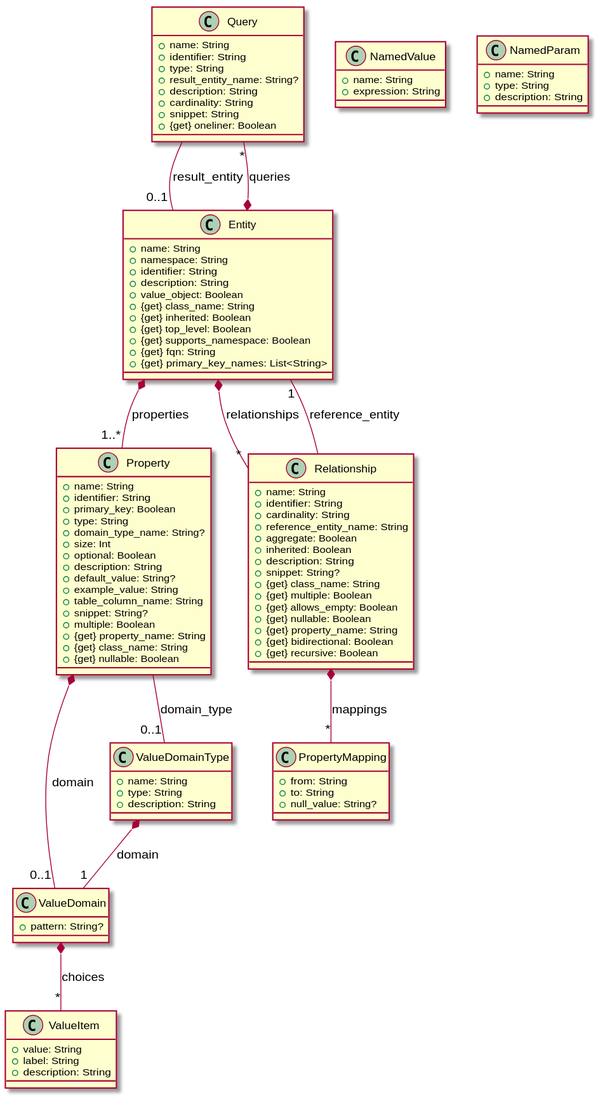
This is doc/image/model-diagram.svg from laplacian-core/metamodel, a PlantUML export, as it was before one commit.
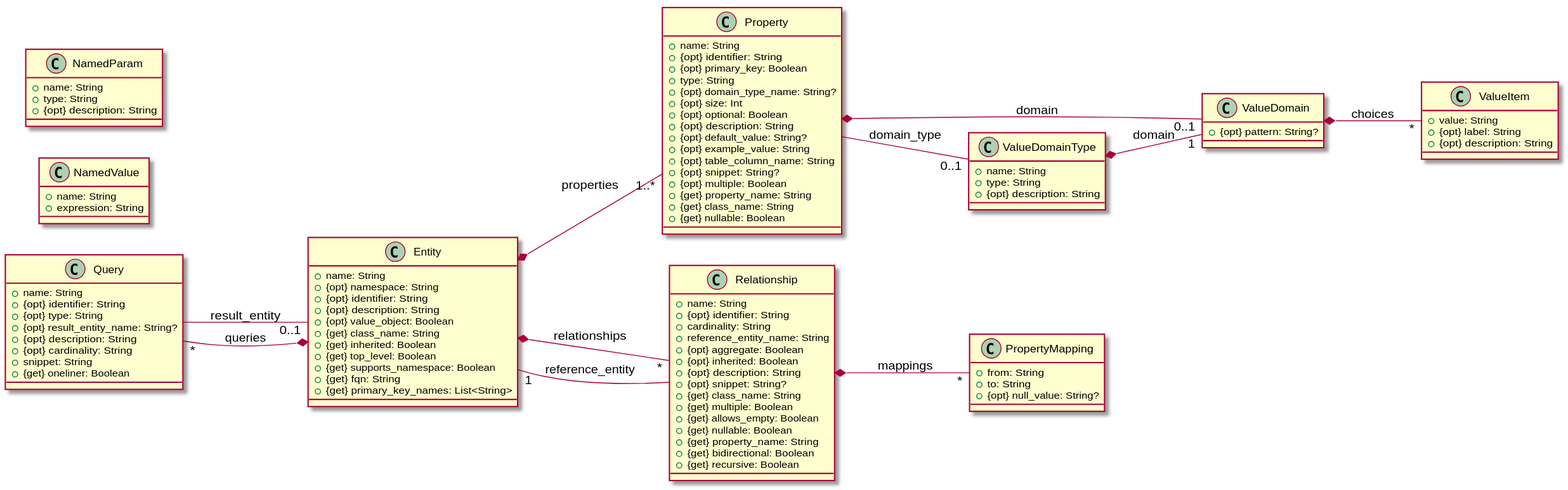
Later version of the same file.

Commit message:
update diagram layout

What changed in the source:
```diff
@@ -1,13 +1,13 @@
 @startuml
-
+left to right direction
 
 class Query {
   + name: String
-  + identifier: String
-  + type: String
-  + result_entity_name: String?
-  + description: String
-  + cardinality: String
+  + {opt} identifier: String
+  + {opt} type: String
+  + {opt} result_entity_name: String?
+  + {opt} description: String
+  + {opt} cardinality: String
   + snippet: String
   + {get} oneliner: Boolean
 }
@@ -20,13 +20,12 @@
 
 
 
-
 class Entity {
   + name: String
-  + namespace: String
-  + identifier: String
-  + description: String
-  + value_object: Boolean
+  + {opt} namespace: String
+  + {opt} identifier: String
+  + {opt} description: String
+  + {opt} value_object: Boolean
   + {get} class_name: String
   + {get} inherited: Boolean
   + {get} top_level: Boolean
@@ -57,21 +56,20 @@
 
 
 
-
 class Property {
   + name: String
-  + identifier: String
-  + primary_key: Boolean
+  + {opt} identifier: String
+  + {opt} primary_key: Boolean
   + type: String
-  + domain_type_name: String?
-  + size: Int
-  + optional: Boolean
-  + description: String
-  + default_value: String?
-  + example_value: String
-  + table_column_name: String
-  + snippet: String?
-  + multiple: Boolean
+  + {opt} domain_type_name: String?
+  + {opt} size: Int
+  + {opt} optional: Boolean
+  + {opt} description: String
+  + {opt} default_value: String?
+  + {opt} example_value: String
+  + {opt} table_column_name: String
+  + {opt} snippet: String?
+  + {opt} multiple: Boolean
   + {get} property_name: String
   + {get} class_name: String
   + {get} nullable: Boolean
@@ -92,16 +90,15 @@
 
 
 
-
 class Relationship {
   + name: String
-  + identifier: String
+  + {opt} identifier: String
   + cardinality: String
   + reference_entity_name: String
-  + aggregate: Boolean
-  + inherited: Boolean
-  + description: String
-  + snippet: String?
+  + {opt} aggregate: Boolean
+  + {opt} inherited: Boolean
+  + {opt} description: String
+  + {opt} snippet: String?
   + {get} class_name: String
   + {get} multiple: Boolean
   + {get} allows_empty: Boolean
@@ -126,11 +123,10 @@
 
 
 
-
 class ValueDomainType {
   + name: String
   + type: String
-  + description: String
+  + {opt} description: String
 }
 
 
@@ -141,9 +137,8 @@
 
 
 
-
 class ValueDomain {
-  + pattern: String?
+  + {opt} pattern: String?
 }
 
 
@@ -154,21 +149,18 @@
 
 
 
-
 class ValueItem {
   + value: String
-  + label: String
-  + description: String
+  + {opt} label: String
+  + {opt} description: String
 }
-
 
 
 class PropertyMapping {
   + from: String
   + to: String
-  + null_value: String?
+  + {opt} null_value: String?
 }
-
 
 
 class NamedValue {
@@ -177,11 +169,10 @@
 }
 
 
-
 class NamedParam {
   + name: String
   + type: String
-  + description: String
+  + {opt} description: String
 }
 
 
```
